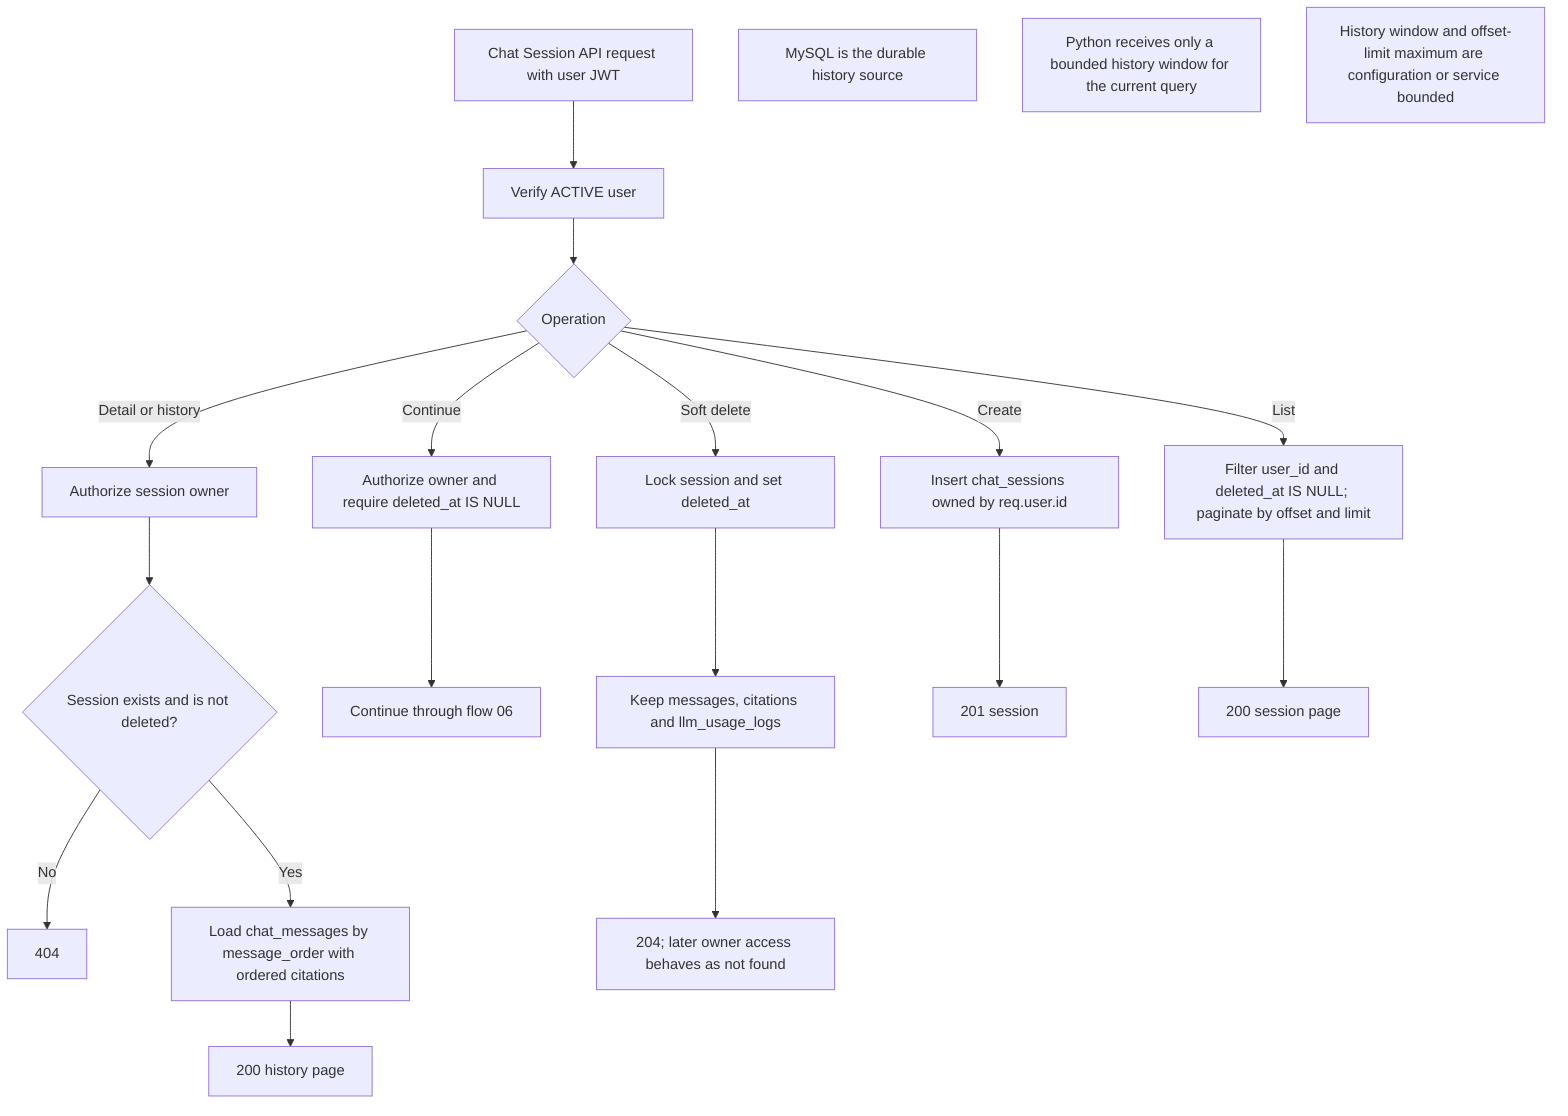
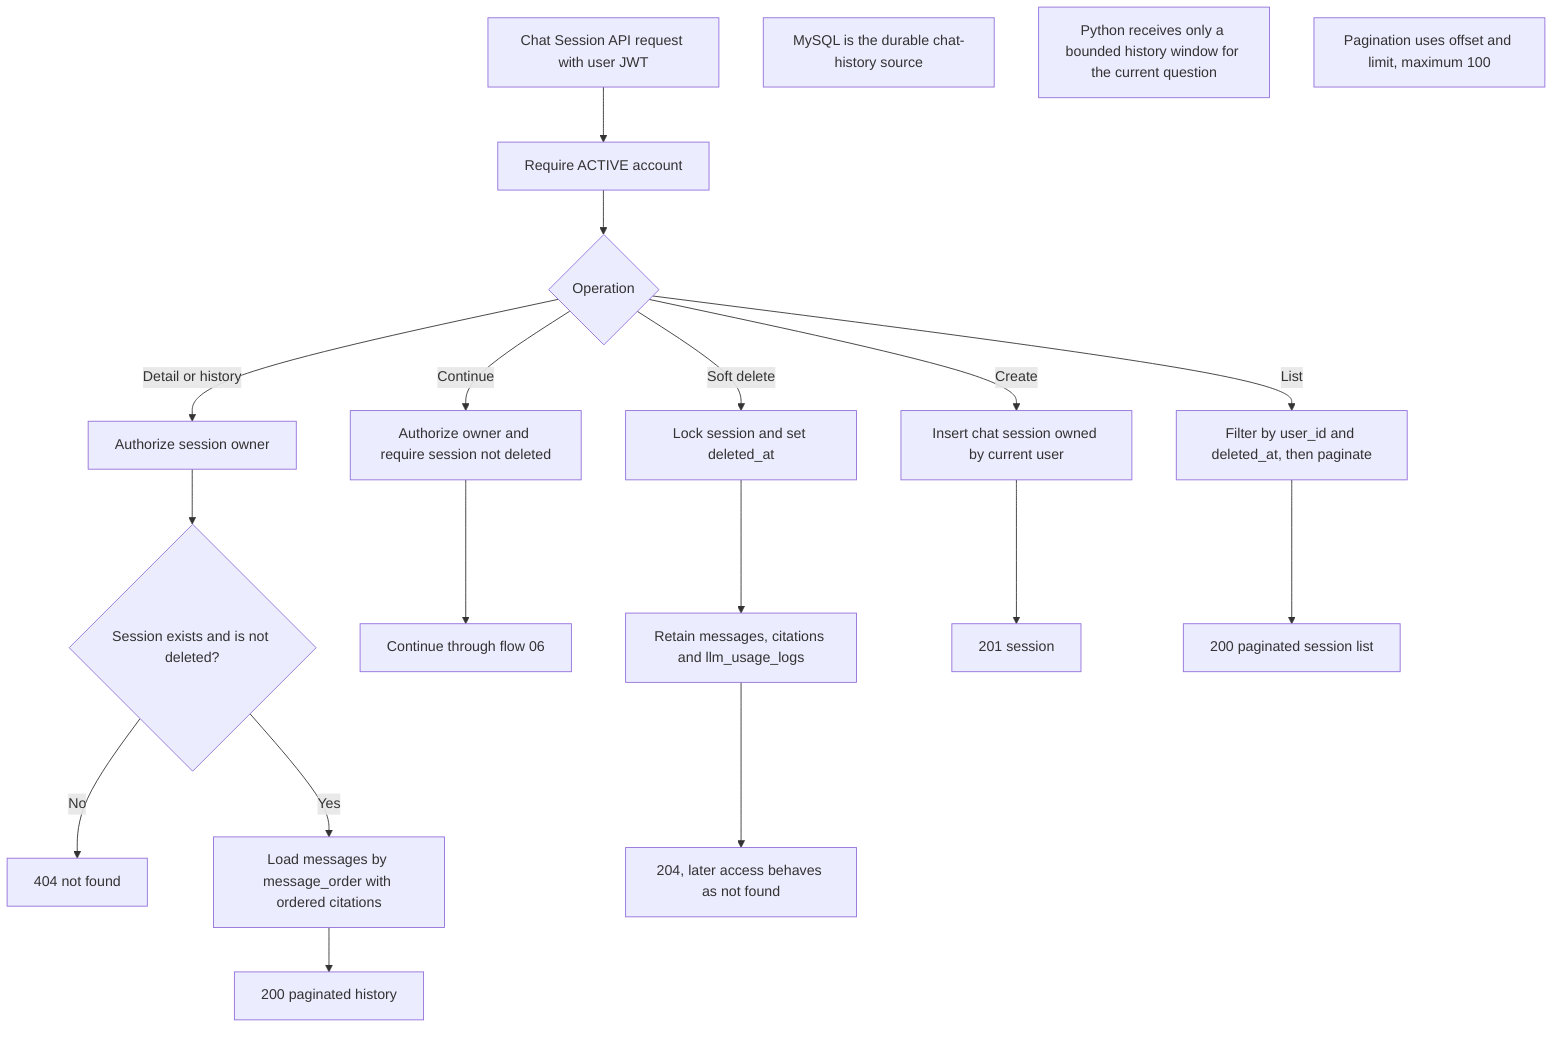
- %% 08 Chat history | Status: MVP IMPLEMENTED
+ %% 08 Chat history | Detailed NodeJS/Core flow
flowchart TB
-   A[Chat Session API request with user JWT] --> B[Verify ACTIVE user]
+   A[Chat Session API request with user JWT] --> B[Require ACTIVE account]
  B --> C{Operation}
-   C -->|Create| D[Insert chat_sessions owned by req.user.id]
-   C -->|List| E[Filter user_id and deleted_at IS NULL; paginate by offset and limit]
+   C -->|Create| D[Insert chat session owned by current user]
+   C -->|List| E[Filter by user_id and deleted_at, then paginate]
  C -->|Detail or history| F[Authorize session owner]
-   C -->|Continue| G[Authorize owner and require deleted_at IS NULL]
+   C -->|Continue| G[Authorize owner and require session not deleted]
  C -->|Soft delete| H[Lock session and set deleted_at]

  F --> I{Session exists and is not deleted?}
-   I -->|No| J[404]
-   I -->|Yes| K[Load chat_messages by message_order with ordered citations]
+   I -->|No| J[404 not found]
+   I -->|Yes| K[Load messages by message_order with ordered citations]
  G --> L[Continue through flow 06]
-   H --> M[Keep messages, citations and llm_usage_logs]
+   H --> M[Retain messages, citations and llm_usage_logs]

  D --> N[201 session]
-   E --> O[200 session page]
-   K --> P[200 history page]
-   M --> Q[204; later owner access behaves as not found]
+   E --> O[200 paginated session list]
+   K --> P[200 paginated history]
+   M --> Q[204, later access behaves as not found]

-   Note1[MySQL is the durable history source]
-   Note2[Python receives only a bounded history window for the current query]
-   Note3[History window and offset-limit maximum are configuration or service bounded]
+   N1[MySQL is the durable chat-history source]
+   N2[Python receives only a bounded history window for the current question]
+   N3[Pagination uses offset and limit, maximum 100]
